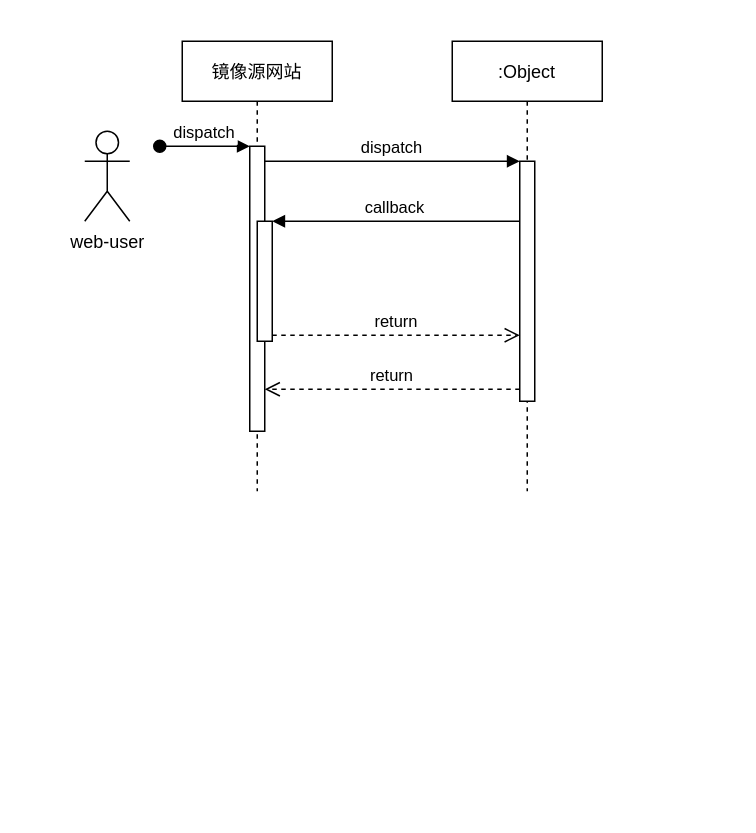
HurryUpWb/pdf keeps this draw.io diagram as smap.drawio. Above is the earlier version. Source tidied: cells renumbered, new cells numbered last; positions are measured from the earlier drawing's top-left corner, leaving out a move shared by most shapes. Both pictures are drawn from the tidied source at 150%, with x=0, y=0 at pixel (84, 40).
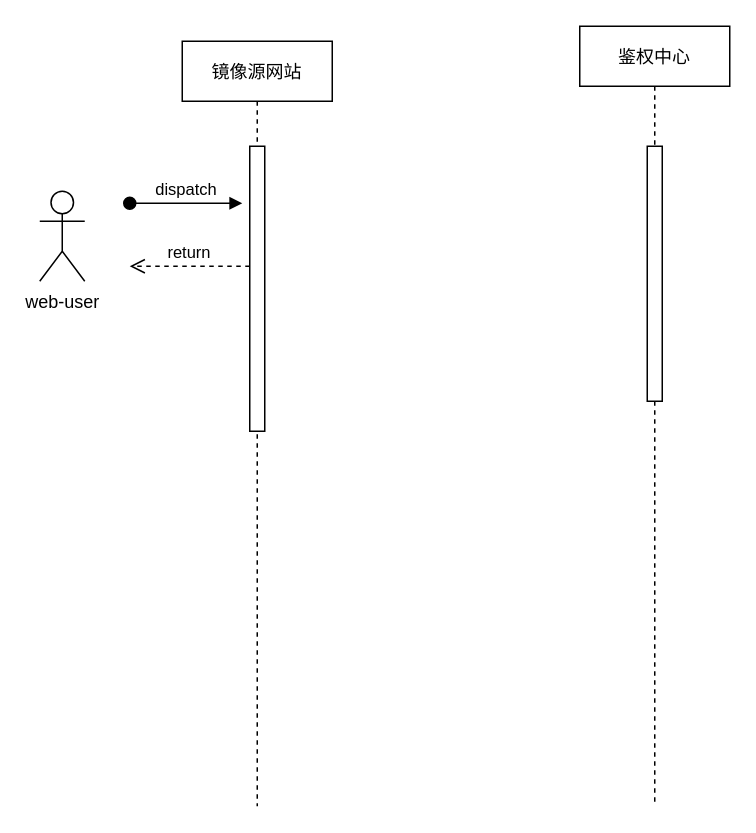
After the change.

Change to the diagram source:
```diff
@@
 <mxGraphModel>
   <root>
     <mxCell id="0" />
     <mxCell id="1" parent="0" />
     <mxCell id="2" value="镜像源网站" style="shape=umlLifeline;perimeter=lifelinePerimeter;rounded=0;shadow=0;strokeWidth=1;" parent="1" vertex="1">
-      <mxGeometry x="65" width="100" height="300" as="geometry" />
+      <mxGeometry x="65" width="100" height="510" as="geometry" />
     </mxCell>
     <mxCell id="3" style="points=[];perimeter=orthogonalPerimeter;rounded=0;shadow=0;strokeWidth=1;" parent="2" vertex="1">
       <mxGeometry x="45" y="70" width="10" height="190" as="geometry" />
     </mxCell>
-    <mxCell id="4" value="dispatch" style="verticalAlign=bottom;startArrow=oval;endArrow=block;startSize=8;shadow=0;strokeWidth=1;" parent="2" edge="1" target="3">
+    <mxCell id="4" value="dispatch" style="verticalAlign=bottom;startArrow=oval;endArrow=block;startSize=8;shadow=0;strokeWidth=1;entryX=-0.5;entryY=0.2;entryDx=0;entryDy=0;entryPerimeter=0;" parent="2" edge="1" target="3">
       <mxGeometry relative="1" as="geometry">
-        <mxPoint x="-15" y="70" as="sourcePoint" />
+        <mxPoint x="-35" y="108" as="sourcePoint" />
       </mxGeometry>
     </mxCell>
-    <mxCell id="5" style="points=[];perimeter=orthogonalPerimeter;rounded=0;shadow=0;strokeWidth=1;" parent="2" vertex="1">
-      <mxGeometry x="50" y="120" width="10" height="80" as="geometry" />
-    </mxCell>
+    <mxCell id="8" value="return" style="verticalAlign=bottom;endArrow=open;dashed=1;endSize=8;shadow=0;strokeWidth=1;" parent="2" edge="1">
+      <mxGeometry relative="1" as="geometry">
+        <mxPoint x="45" y="150" as="sourcePoint" />
+        <mxPoint x="-35" y="150" as="targetPoint" />
+      </mxGeometry>
+    </mxCell>
-    <mxCell id="6" value=":Object" style="shape=umlLifeline;perimeter=lifelinePerimeter;rounded=0;shadow=0;strokeWidth=1;" parent="1" vertex="1">
-      <mxGeometry x="245" width="100" height="300" as="geometry" />
+    <mxCell id="6" value="鉴权中心" style="shape=umlLifeline;perimeter=lifelinePerimeter;rounded=0;shadow=0;strokeWidth=1;" parent="1" vertex="1">
+      <mxGeometry x="330" y="-10" width="100" height="520" as="geometry" />
     </mxCell>
     <mxCell id="7" style="points=[];perimeter=orthogonalPerimeter;rounded=0;shadow=0;strokeWidth=1;" parent="6" vertex="1">
-      <mxGeometry x="45" y="80" width="10" height="160" as="geometry" />
+      <mxGeometry x="45" y="80" width="10" height="170" as="geometry" />
     </mxCell>
-    <mxCell id="8" value="return" style="verticalAlign=bottom;endArrow=open;dashed=1;endSize=8;exitX=0;exitY=0.95;shadow=0;strokeWidth=1;" parent="1" edge="1" source="7" target="3">
-      <mxGeometry relative="1" as="geometry" />
-    </mxCell>
-    <mxCell id="9" value="dispatch" style="verticalAlign=bottom;endArrow=block;entryX=0;entryY=0;shadow=0;strokeWidth=1;" parent="1" edge="1" source="3" target="7">
-      <mxGeometry relative="1" as="geometry" />
-    </mxCell>
-    <mxCell id="10" value="callback" style="verticalAlign=bottom;endArrow=block;entryX=1;entryY=0;shadow=0;strokeWidth=1;" parent="1" edge="1" source="7" target="5">
-      <mxGeometry relative="1" as="geometry" />
-    </mxCell>
-    <mxCell id="11" value="return" style="verticalAlign=bottom;endArrow=open;dashed=1;endSize=8;exitX=1;exitY=0.95;shadow=0;strokeWidth=1;" parent="1" edge="1" source="5" target="7">
-      <mxGeometry relative="1" as="geometry" />
-    </mxCell>
     <mxCell id="12" value="web-user" style="shape=umlActor;verticalLabelPosition=bottom;verticalAlign=top;html=1;" parent="1" vertex="1">
-      <mxGeometry y="60" width="30" height="60" as="geometry" />
+      <mxGeometry x="-30" y="100" width="30" height="60" as="geometry" />
     </mxCell>
   </root>
 </mxGraphModel>
```
